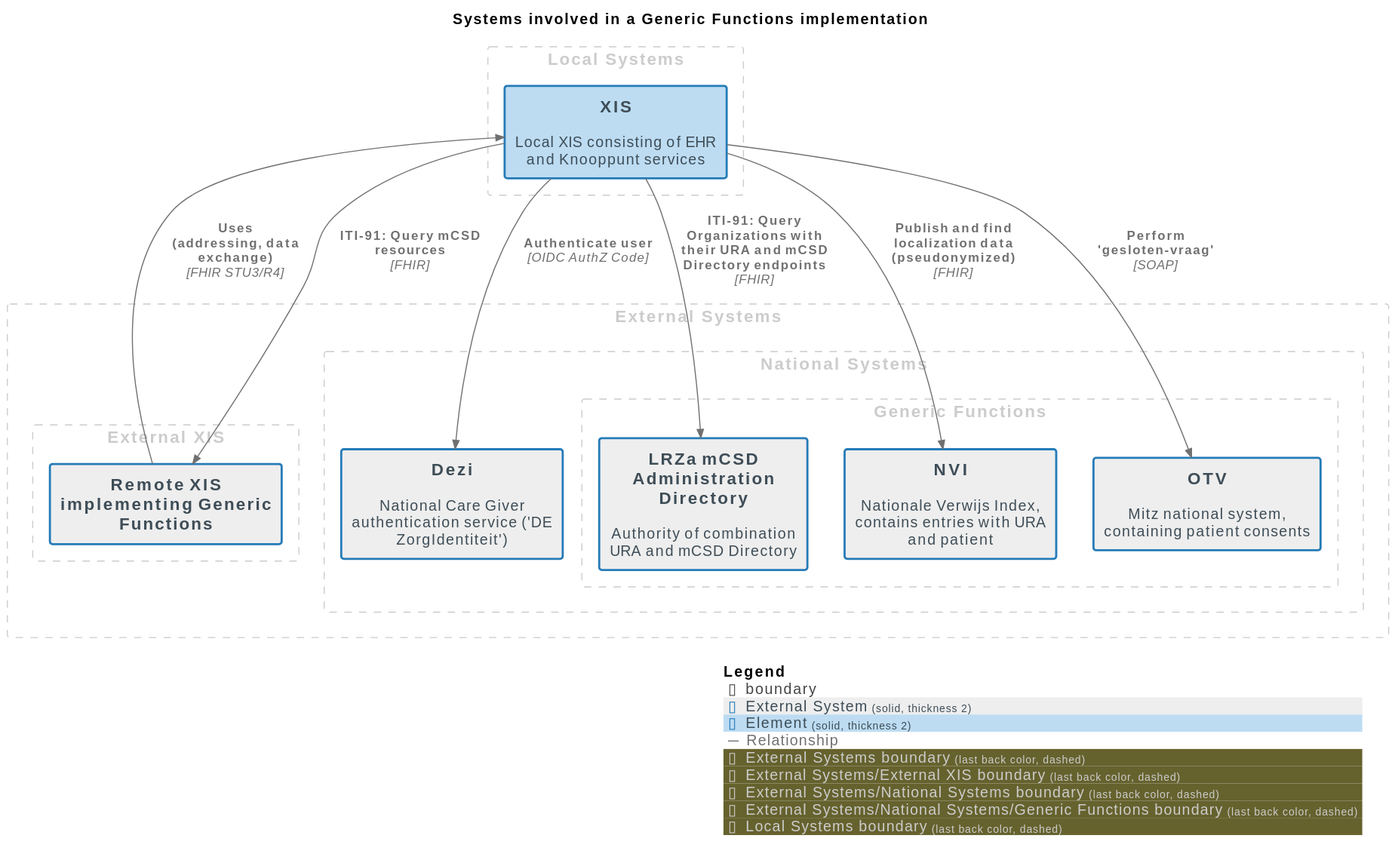
nuts-foundation/nuts-knooppunt keeps this PlantUML diagram as docs/images/structurizr-GF_SystemContext.svg. Above is the earlier version.
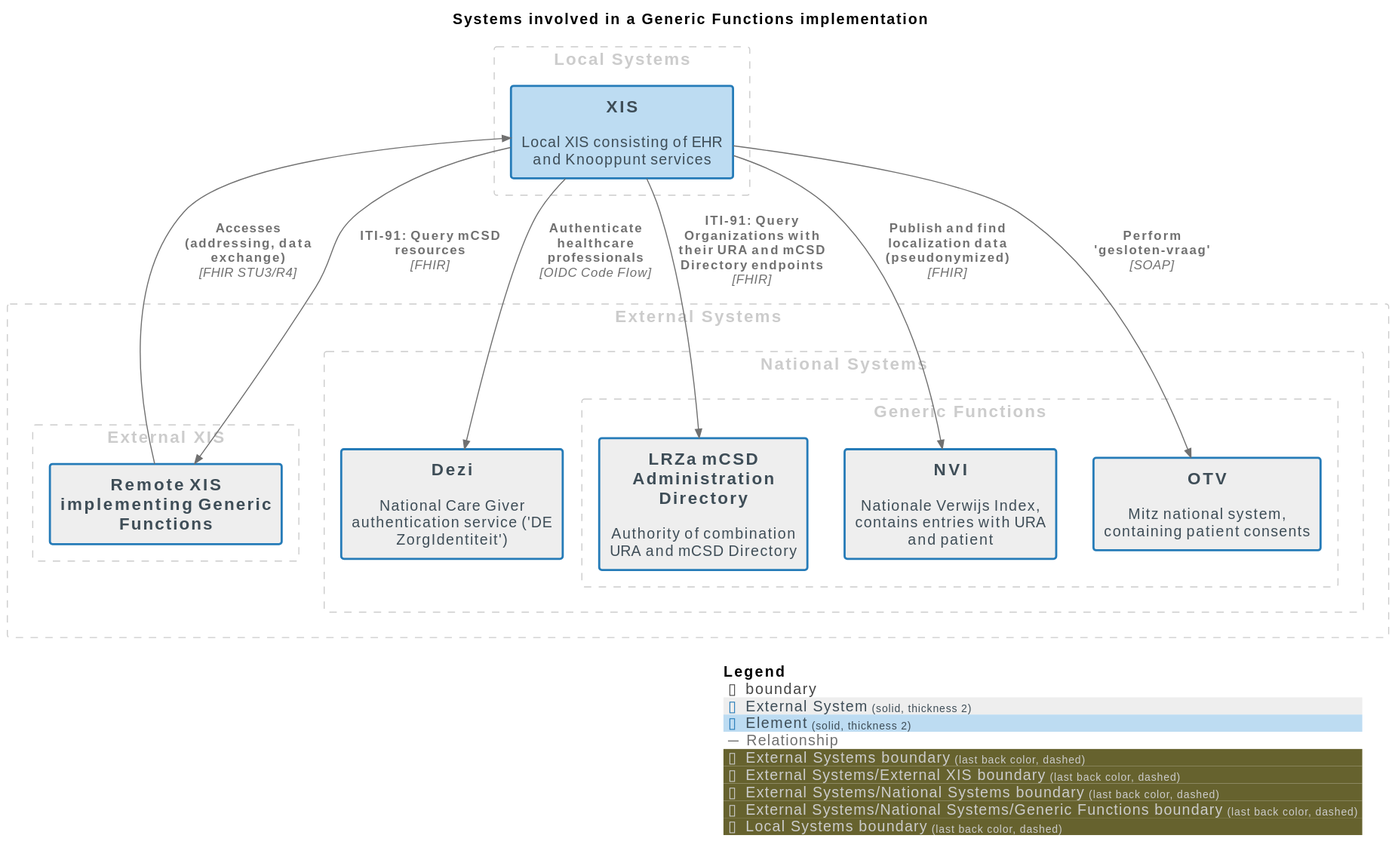
Later version of the same file.

Change to the diagram source:
```diff
@@ -39,12 +39,12 @@
 }
 
 
-Rel(RemoteXISimplementingGenericFunctions, XIS, "Uses\n(addressing, data exchange)", $techn="FHIR STU3/R4", $tags="Relationship", $link="")
+Rel(RemoteXISimplementingGenericFunctions, XIS, "Accesses\n(addressing, data exchange)", $techn="FHIR STU3/R4", $tags="Relationship", $link="")
 Rel(XIS, LRZamCSDAdministrationDirectory, "ITI-91: Query Organizations with their URA and mCSD Directory endpoints", $techn="FHIR", $tags="Relationship", $link="")
 Rel(XIS, RemoteXISimplementingGenericFunctions, "ITI-91: Query mCSD resources", $techn="FHIR", $tags="Relationship", $link="")
 Rel(XIS, NVI, "Publish and find localization data\n(pseudonymized)", $techn="FHIR", $tags="Relationship", $link="")
 Rel(XIS, OTV, "Perform 'gesloten-vraag'", $techn="SOAP", $tags="Relationship", $link="")
-Rel(XIS, Dezi, "Authenticate user", $techn="OIDC AuthZ Code", $tags="Relationship", $link="")
+Rel(XIS, Dezi, "Authenticate healthcare professionals", $techn="OIDC Code Flow", $tags="Relationship", $link="")
 
 SHOW_LEGEND(true)
 @enduml
```
